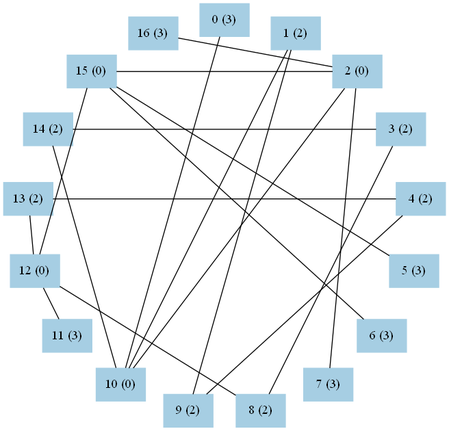
The Graphviz diagram graph2.png in kohinigeee/kenkyuu, before a commit. Its source is kept beside it as graph2.dot.
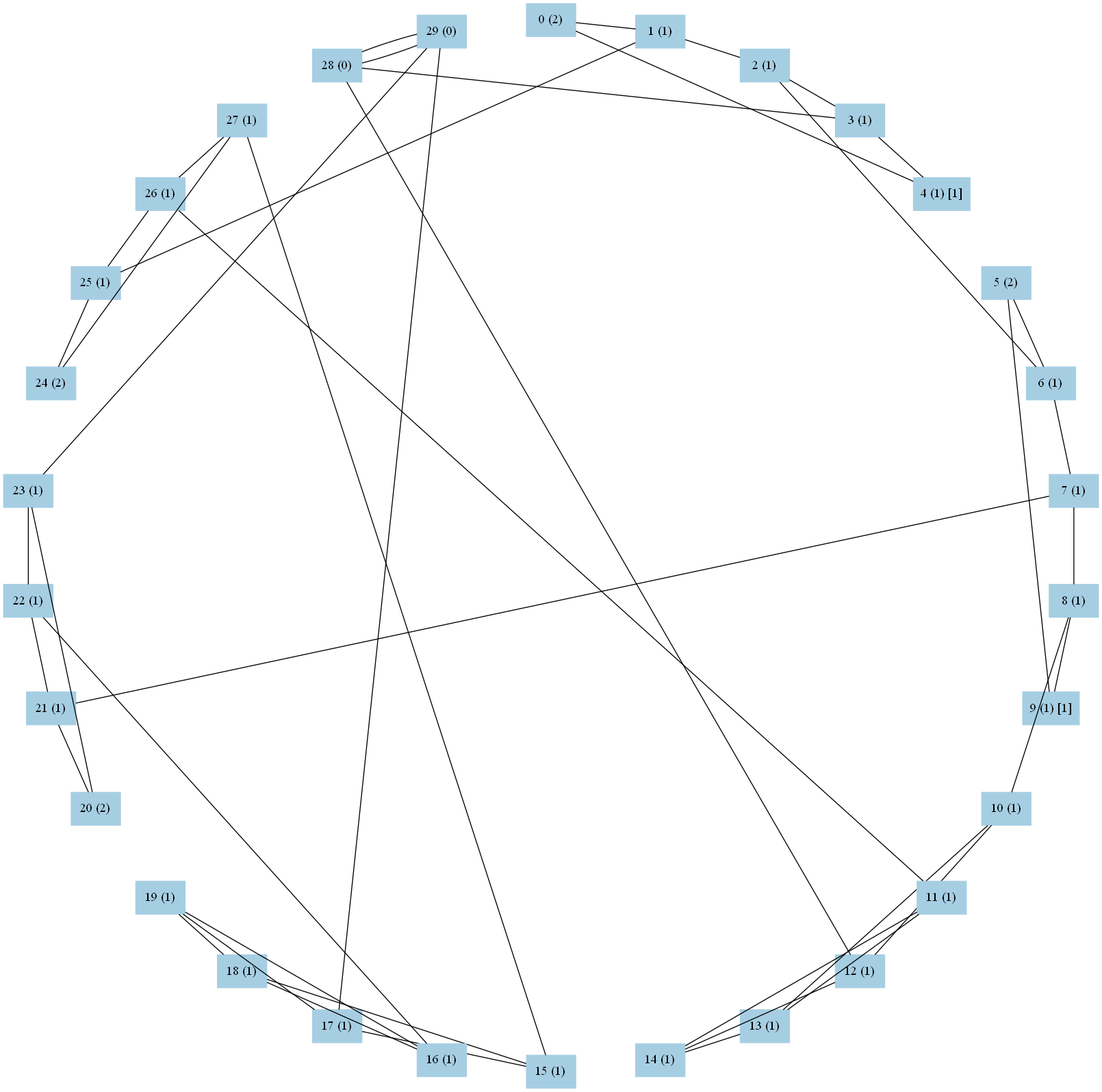
After the commit.

Diff of the diagram source:
```diff
@@ -11,157 +11,168 @@
 	subgraph cluster_sub0 {
 	node[ color=1 ]
 	0[
-		pos="5.000, 3.000!",
-		label="0 (1)"
+		pos="5.000, 8.000!",
+		label="0 (2)"
 	]
 	1[
-		pos="5.668, 2.925!",
+		pos="6.663, 7.825!",
 		label="1 (1)"
 	]
 	2[
-		pos="6.302, 2.703!",
+		pos="8.254, 7.308!",
 		label="2 (1)"
 	]
 	3[
-		pos="6.870, 2.345!",
+		pos="9.702, 6.472!",
 		label="3 (1)"
 	]
 	4[
-		pos="7.345, 1.870!",
-		label="4 (1)"
+		pos="10.945, 5.353!",
+		label="4 (1) [1]"
 	]
 	5[
-		pos="7.703, 1.302!",
-		label="5 (1)"
+		pos="11.928, 4.000!",
+		label="5 (2)"
 	]
 	6[
-		pos="7.925, 0.668!",
+		pos="12.608, 2.472!",
 		label="6 (1)"
 	]
 	7[
-		pos="8.000, -0.000!",
+		pos="12.956, 0.836!",
 		label="7 (1)"
 	]
 	8[
-		pos="7.925, -0.668!",
+		pos="12.956, -0.836!",
 		label="8 (1)"
 	]
 	9[
-		pos="7.703, -1.302!",
-		label="9 (1)"
+		pos="12.608, -2.472!",
+		label="9 (1) [1]"
 	]
 	10[
-		pos="7.345, -1.870!",
+		pos="11.928, -4.000!",
 		label="10 (1)"
 	]
 	11[
-		pos="6.870, -2.345!",
+		pos="10.945, -5.353!",
 		label="11 (1)"
 	]
 	12[
-		pos="6.302, -2.703!",
+		pos="9.702, -6.472!",
 		label="12 (1)"
 	]
 	13[
-		pos="5.668, -2.925!",
+		pos="8.254, -7.308!",
 		label="13 (1)"
 	]
 	14[
-		pos="5.000, -3.000!",
+		pos="6.663, -7.825!",
 		label="14 (1)"
 	]
 	15[
-		pos="4.332, -2.925!",
+		pos="5.000, -8.000!",
 		label="15 (1)"
 	]
 	16[
-		pos="3.698, -2.703!",
+		pos="3.337, -7.825!",
 		label="16 (1)"
 	]
 	17[
-		pos="3.130, -2.345!",
-		label="17 (2)"
+		pos="1.746, -7.308!",
+		label="17 (1)"
 	]
 	18[
-		pos="2.655, -1.870!",
+		pos="0.298, -6.472!",
 		label="18 (1)"
 	]
 	19[
-		pos="2.297, -1.302!",
+		pos="-0.945, -5.353!",
 		label="19 (1)"
 	]
 	20[
-		pos="2.075, -0.668!",
-		label="20 (1)"
+		pos="-1.928, -4.000!",
+		label="20 (2)"
 	]
 	21[
-		pos="2.000, -0.000!",
+		pos="-2.608, -2.472!",
 		label="21 (1)"
 	]
 	22[
-		pos="2.075, 0.668!",
+		pos="-2.956, -0.836!",
 		label="22 (1)"
 	]
 	23[
-		pos="2.297, 1.302!",
+		pos="-2.956, 0.836!",
 		label="23 (1)"
 	]
 	24[
-		pos="2.655, 1.870!",
+		pos="-2.608, 2.472!",
 		label="24 (2)"
 	]
 	25[
-		pos="3.130, 2.345!",
+		pos="-1.928, 4.000!",
 		label="25 (1)"
 	]
 	26[
-		pos="3.698, 2.703!",
-		label="26 (2)"
+		pos="-0.945, 5.353!",
+		label="26 (1)"
 	]
 	27[
-		pos="4.332, 2.925!",
-		label="27 (2)"
+		pos="0.298, 6.472!",
+		label="27 (1)"
+	]
+	28[
+		pos="1.746, 7.308!",
+		label="28 (0)"
+	]
+	29[
+		pos="3.337, 7.825!",
+		label="29 (0)"
 	]
 	}
 
-	0--8
-	0--24
-	0--9
-	1--7
-	1--24
-	1--12
-	2--11
-	2--22
-	2--12
-	3--20
-	3--14
-	3--9
-	4--6
-	4--23
-	4--12
-	5--16
-	5--19
+	0--4
+	0--1
+	1--2
+	1--25
+	2--3
+	2--6
+	3--4
+	3--28
+	5--9
 	5--6
-	6--14
-	7--25
-	7--19
-	8--17
+	6--7
+	7--8
+	7--21
+	8--9
 	8--10
-	9--15
+	10--12
 	10--13
-	10--21
-	11--18
-	11--21
-	13--26
-	13--23
-	14--27
-	15--23
+	11--14
+	11--13
+	11--26
+	12--14
+	12--28
+	13--14
+	15--17
 	15--18
-	16--17
+	15--27
+	16--19
+	16--18
 	16--22
+	17--19
+	17--29
 	18--19
-	20--22
-	20--25
-	21--27
+	20--23
+	20--21
+	21--22
+	22--23
+	23--29
+	24--27
+	24--25
 	25--26
+	26--27
+	28--29
+	28--29
 }
```
